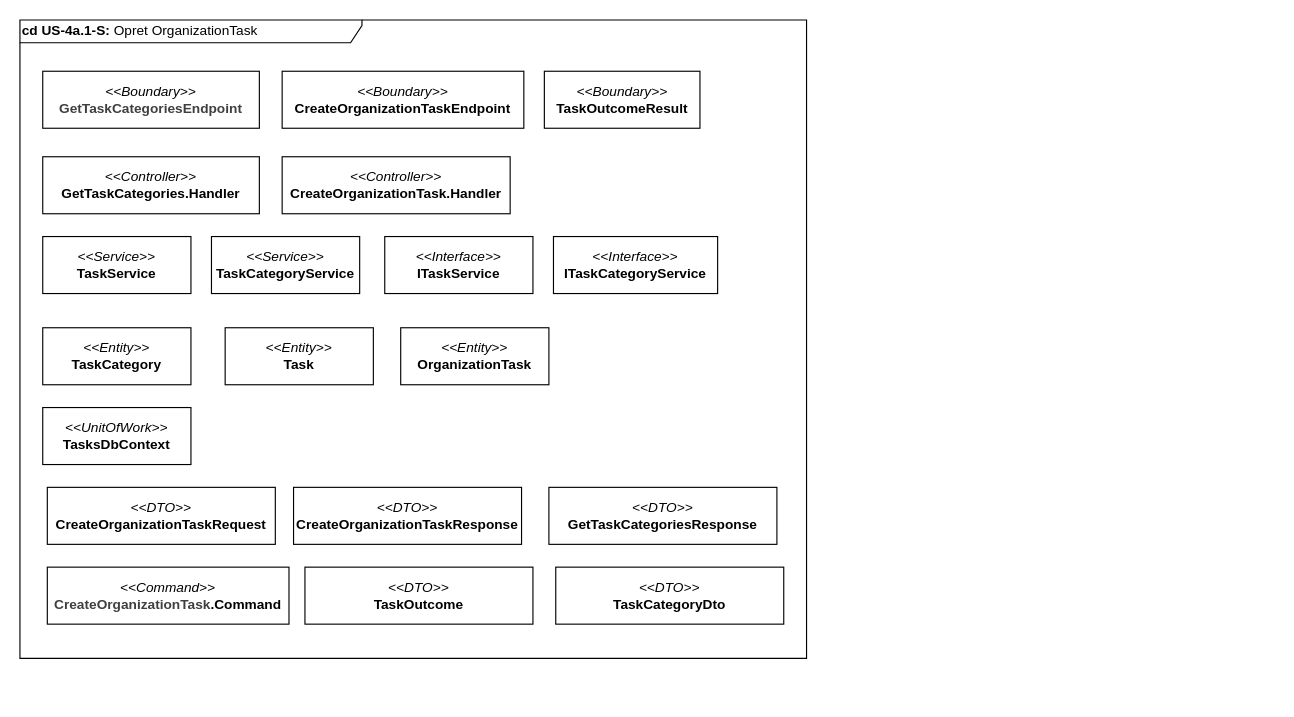
Earlier version of the draw.io diagram page "2 - klasser" (2 of 3) of drawio/Applikationsmodeller/US4a/BE/US4a_1_CreateOrgTask.drawio (Echo-AU/artifacts). Source tidied: cells renumbered, new cells numbered last; positions are measured from the earlier drawing's top-left corner, leaving out a move shared by most shapes. Both pictures are drawn from the tidied source at 114%, with x=0, y=0 at pixel (19, 19).
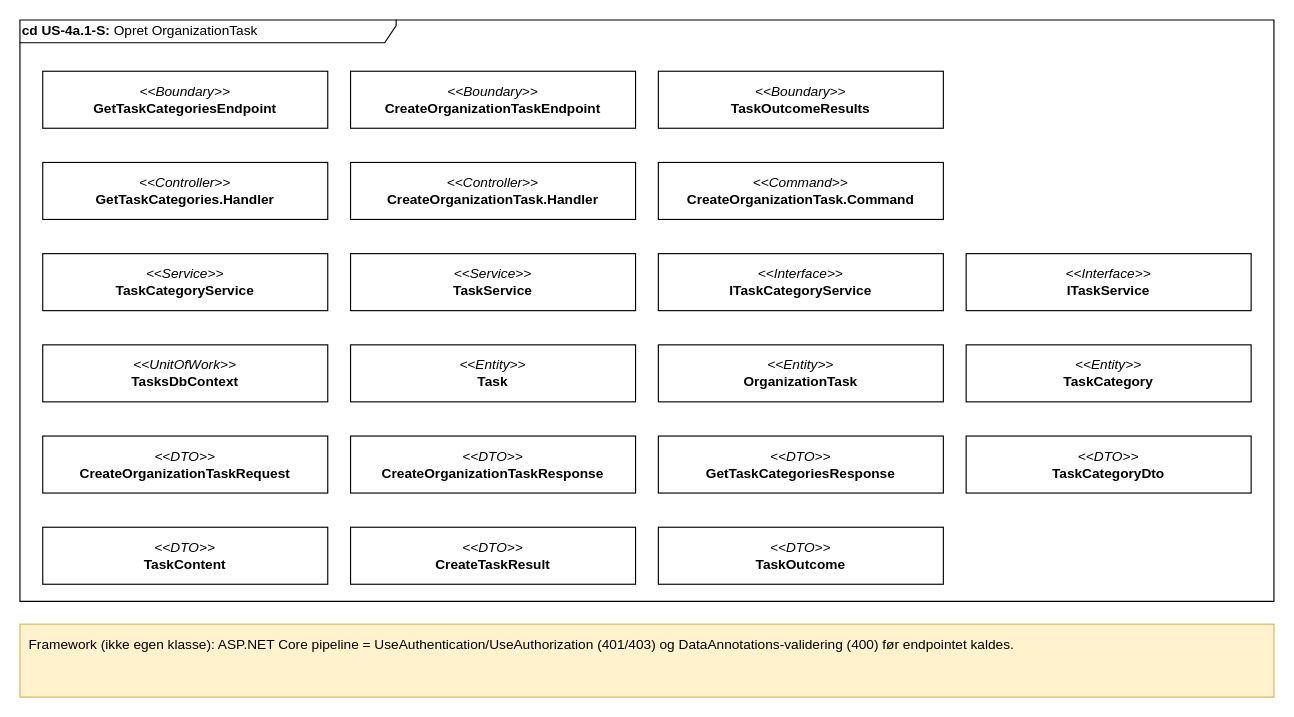
After the change.

The edit, as a diff of the source:
```diff
@@
-    <mxCell id="2" value="&lt;b&gt;cd US-4a.1-S: &lt;/b&gt;Opret OrganizationTask" style="shape=umlFrame;whiteSpace=wrap;html=1;width=300;height=20;align=left;" parent="1" vertex="1">
-      <mxGeometry width="690" height="560" as="geometry" />
+    <mxCell id="2" value="&lt;b&gt;cd US-4a.1-S: &lt;/b&gt;Opret OrganizationTask" style="shape=umlFrame;whiteSpace=wrap;html=1;width=330;height=20;align=left;" parent="1" vertex="1">
+      <mxGeometry width="1100" height="510" as="geometry" />
     </mxCell>
-    <mxCell id="3" value="&lt;span style=&quot;font-weight: normal;&quot;&gt;&lt;i&gt;&amp;lt;&amp;lt;Boundary&amp;gt;&amp;gt;&lt;/i&gt;&lt;/span&gt;&lt;div&gt;&lt;span style=&quot;color: rgb(63, 63, 63); scrollbar-color: rgba(121, 121, 121, 0.4) rgb(30, 30, 30);&quot;&gt;GetTaskCategoriesEndpoint&lt;/span&gt;&lt;/div&gt;" style="rounded=0;whiteSpace=wrap;html=1;fontStyle=1;" parent="1" vertex="1">
-      <mxGeometry x="20" y="45" width="190" height="50" as="geometry" />
+    <mxCell id="3" value="&lt;span style=&quot;font-weight: normal;&quot;&gt;&lt;i&gt;&amp;lt;&amp;lt;Boundary&amp;gt;&amp;gt;&lt;/i&gt;&lt;/span&gt;&lt;div&gt;GetTaskCategoriesEndpoint&lt;/div&gt;" style="rounded=0;whiteSpace=wrap;html=1;fontStyle=1;" parent="1" vertex="1">
+      <mxGeometry x="20" y="45" width="250" height="50" as="geometry" />
     </mxCell>
     <mxCell id="4" value="&lt;span style=&quot;font-weight: normal;&quot;&gt;&lt;i&gt;&amp;lt;&amp;lt;Boundary&amp;gt;&amp;gt;&lt;/i&gt;&lt;/span&gt;&lt;div&gt;CreateOrganizationTaskEndpoint&lt;/div&gt;" style="rounded=0;whiteSpace=wrap;html=1;fontStyle=1;" parent="1" vertex="1">
-      <mxGeometry x="230" y="45" width="212" height="50" as="geometry" />
+      <mxGeometry x="290" y="45" width="250" height="50" as="geometry" />
     </mxCell>
-    <mxCell id="5" value="&lt;span style=&quot;font-weight: normal;&quot;&gt;&lt;i&gt;&amp;lt;&amp;lt;Boundary&amp;gt;&amp;gt;&lt;/i&gt;&lt;/span&gt;&lt;div&gt;TaskOutcomeResult&lt;/div&gt;" style="rounded=0;whiteSpace=wrap;html=1;fontStyle=1;" parent="1" vertex="1">
-      <mxGeometry x="460" y="45" width="136.5" height="50" as="geometry" />
-    </mxCell>
+    <mxCell id="22" value="&lt;span style=&quot;font-weight: normal;&quot;&gt;&lt;i&gt;&amp;lt;&amp;lt;Boundary&amp;gt;&amp;gt;&lt;/i&gt;&lt;/span&gt;&lt;div&gt;TaskOutcomeResults&lt;/div&gt;" style="rounded=0;whiteSpace=wrap;html=1;fontStyle=1;" parent="1" vertex="1">
+      <mxGeometry x="560" y="45" width="250" height="50" as="geometry" />
+    </mxCell>
     <mxCell id="6" value="&lt;span style=&quot;font-weight: normal;&quot;&gt;&lt;i&gt;&amp;lt;&amp;lt;Controller&amp;gt;&amp;gt;&lt;/i&gt;&lt;/span&gt;&lt;div&gt;GetTaskCategories.Handler&lt;/div&gt;" style="rounded=0;whiteSpace=wrap;html=1;fontStyle=1;" parent="1" vertex="1">
-      <mxGeometry x="20" y="120" width="190" height="50" as="geometry" />
+      <mxGeometry x="20" y="125" width="250" height="50" as="geometry" />
     </mxCell>
-    <mxCell id="7" value="&lt;span style=&quot;font-weight: normal;&quot;&gt;&lt;i&gt;&amp;lt;&amp;lt;Command&amp;gt;&amp;gt;&lt;br&gt;&lt;/i&gt;&lt;/span&gt;&lt;div&gt;&lt;span style=&quot;color: rgb(63, 63, 63); background-color: transparent;&quot;&gt;CreateOrganizationTask&lt;/span&gt;.Command&lt;/div&gt;" style="rounded=0;whiteSpace=wrap;html=1;fontStyle=1;" parent="1" vertex="1">
-      <mxGeometry x="24" y="480" width="212" height="50" as="geometry" />
-    </mxCell>
-    <mxCell id="8" value="&lt;span style=&quot;font-weight: normal;&quot;&gt;&lt;i&gt;&amp;lt;&amp;lt;DTO&amp;gt;&amp;gt;&lt;/i&gt;&lt;/span&gt;&lt;div&gt;CreateOrganizationTaskRequest&lt;/div&gt;" style="rounded=0;whiteSpace=wrap;html=1;fontStyle=1;" parent="1" vertex="1">
-      <mxGeometry x="24" y="410" width="200" height="50" as="geometry" />
-    </mxCell>
+    <mxCell id="12" value="&lt;span style=&quot;font-weight: normal;&quot;&gt;&lt;i&gt;&amp;lt;&amp;lt;Controller&amp;gt;&amp;gt;&lt;/i&gt;&lt;/span&gt;&lt;div&gt;CreateOrganizationTask.Handler&lt;/div&gt;" style="rounded=0;whiteSpace=wrap;html=1;fontStyle=1;" parent="1" vertex="1">
+      <mxGeometry x="290" y="125" width="250" height="50" as="geometry" />
+    </mxCell>
+    <mxCell id="23" value="&lt;span style=&quot;font-weight: normal;&quot;&gt;&lt;i&gt;&amp;lt;&amp;lt;Command&amp;gt;&amp;gt;&lt;/i&gt;&lt;/span&gt;&lt;div&gt;CreateOrganizationTask.Command&lt;/div&gt;" style="rounded=0;whiteSpace=wrap;html=1;fontStyle=1;" parent="1" vertex="1">
+      <mxGeometry x="560" y="125" width="250" height="50" as="geometry" />
+    </mxCell>
+    <mxCell id="13" value="&lt;span style=&quot;font-weight: normal;&quot;&gt;&lt;i&gt;&amp;lt;&amp;lt;Service&amp;gt;&amp;gt;&lt;/i&gt;&lt;/span&gt;&lt;div&gt;TaskCategoryService&lt;/div&gt;" style="rounded=0;whiteSpace=wrap;html=1;fontStyle=1;" parent="1" vertex="1">
+      <mxGeometry x="20" y="205" width="250" height="50" as="geometry" />
+    </mxCell>
     <mxCell id="9" value="&lt;span style=&quot;font-weight: normal;&quot;&gt;&lt;i&gt;&amp;lt;&amp;lt;Service&amp;gt;&amp;gt;&lt;/i&gt;&lt;/span&gt;&lt;div&gt;TaskService&lt;/div&gt;" style="rounded=0;whiteSpace=wrap;html=1;fontStyle=1;" parent="1" vertex="1">
-      <mxGeometry x="20" y="190" width="130" height="50" as="geometry" />
+      <mxGeometry x="290" y="205" width="250" height="50" as="geometry" />
     </mxCell>
+    <mxCell id="15" value="&lt;span style=&quot;font-weight: normal;&quot;&gt;&lt;i&gt;&amp;lt;&amp;lt;Interface&amp;gt;&amp;gt;&lt;/i&gt;&lt;/span&gt;&lt;div&gt;ITaskCategoryService&lt;/div&gt;" style="rounded=0;whiteSpace=wrap;html=1;fontStyle=1;" parent="1" vertex="1">
+      <mxGeometry x="560" y="205" width="250" height="50" as="geometry" />
+    </mxCell>
+    <mxCell id="14" value="&lt;span style=&quot;font-weight: normal;&quot;&gt;&lt;i&gt;&amp;lt;&amp;lt;Interface&amp;gt;&amp;gt;&lt;/i&gt;&lt;/span&gt;&lt;div&gt;ITaskService&lt;/div&gt;" style="rounded=0;whiteSpace=wrap;html=1;fontStyle=1;" parent="1" vertex="1">
+      <mxGeometry x="830" y="205" width="250" height="50" as="geometry" />
+    </mxCell>
     <mxCell id="10" value="&lt;span style=&quot;font-weight: normal;&quot;&gt;&lt;i&gt;&amp;lt;&amp;lt;UnitOfWork&amp;gt;&amp;gt;&lt;/i&gt;&lt;/span&gt;&lt;div&gt;TasksDbContext&lt;/div&gt;" style="rounded=0;whiteSpace=wrap;html=1;fontStyle=1;" parent="1" vertex="1">
-      <mxGeometry x="20" y="340" width="130" height="50" as="geometry" />
+      <mxGeometry x="20" y="285" width="250" height="50" as="geometry" />
     </mxCell>
-    <mxCell id="11" value="&lt;span style=&quot;font-weight: normal;&quot;&gt;&lt;i&gt;&amp;lt;&amp;lt;Entity&amp;gt;&amp;gt;&lt;/i&gt;&lt;/span&gt;&lt;div&gt;TaskCategory&lt;/div&gt;" style="rounded=0;whiteSpace=wrap;html=1;fontStyle=1;" parent="1" vertex="1">
-      <mxGeometry x="20" y="270" width="130" height="50" as="geometry" />
-    </mxCell>
-    <mxCell id="12" value="&lt;span style=&quot;font-weight: normal;&quot;&gt;&lt;i&gt;&amp;lt;&amp;lt;Controller&amp;gt;&amp;gt;&lt;/i&gt;&lt;/span&gt;&lt;div&gt;CreateOrganizationTask.Handler&lt;/div&gt;" style="rounded=0;whiteSpace=wrap;html=1;fontStyle=1;" parent="1" vertex="1">
-      <mxGeometry x="230" y="120" width="200" height="50" as="geometry" />
-    </mxCell>
-    <mxCell id="13" value="&lt;span style=&quot;font-weight: normal;&quot;&gt;&lt;i&gt;&amp;lt;&amp;lt;Service&amp;gt;&amp;gt;&lt;/i&gt;&lt;/span&gt;&lt;div&gt;TaskCategoryService&lt;/div&gt;" style="rounded=0;whiteSpace=wrap;html=1;fontStyle=1;" parent="1" vertex="1">
-      <mxGeometry x="168" y="190" width="130" height="50" as="geometry" />
-    </mxCell>
-    <mxCell id="14" value="&lt;span style=&quot;font-weight: normal;&quot;&gt;&lt;i&gt;&amp;lt;&amp;lt;Interface&amp;gt;&amp;gt;&lt;/i&gt;&lt;/span&gt;&lt;div&gt;ITaskService&lt;/div&gt;" style="rounded=0;whiteSpace=wrap;html=1;fontStyle=1;" parent="1" vertex="1">
-      <mxGeometry x="320" y="190" width="130" height="50" as="geometry" />
-    </mxCell>
-    <mxCell id="15" value="&lt;span style=&quot;font-weight: normal;&quot;&gt;&lt;i&gt;&amp;lt;&amp;lt;Interface&amp;gt;&amp;gt;&lt;/i&gt;&lt;/span&gt;&lt;div&gt;ITaskCategoryService&lt;/div&gt;" style="rounded=0;whiteSpace=wrap;html=1;fontStyle=1;" parent="1" vertex="1">
-      <mxGeometry x="468" y="190" width="144" height="50" as="geometry" />
-    </mxCell>
     <mxCell id="16" value="&lt;span style=&quot;font-weight: normal;&quot;&gt;&lt;i&gt;&amp;lt;&amp;lt;Entity&amp;gt;&amp;gt;&lt;/i&gt;&lt;/span&gt;&lt;div&gt;Task&lt;/div&gt;" style="rounded=0;whiteSpace=wrap;html=1;fontStyle=1;" parent="1" vertex="1">
-      <mxGeometry x="180" y="270" width="130" height="50" as="geometry" />
+      <mxGeometry x="290" y="285" width="250" height="50" as="geometry" />
     </mxCell>
     <mxCell id="17" value="&lt;span style=&quot;font-weight: normal;&quot;&gt;&lt;i&gt;&amp;lt;&amp;lt;Entity&amp;gt;&amp;gt;&lt;/i&gt;&lt;/span&gt;&lt;div&gt;OrganizationTask&lt;/div&gt;" style="rounded=0;whiteSpace=wrap;html=1;fontStyle=1;" parent="1" vertex="1">
-      <mxGeometry x="334" y="270" width="130" height="50" as="geometry" />
+      <mxGeometry x="560" y="285" width="250" height="50" as="geometry" />
     </mxCell>
+    <mxCell id="11" value="&lt;span style=&quot;font-weight: normal;&quot;&gt;&lt;i&gt;&amp;lt;&amp;lt;Entity&amp;gt;&amp;gt;&lt;/i&gt;&lt;/span&gt;&lt;div&gt;TaskCategory&lt;/div&gt;" style="rounded=0;whiteSpace=wrap;html=1;fontStyle=1;" parent="1" vertex="1">
+      <mxGeometry x="830" y="285" width="250" height="50" as="geometry" />
+    </mxCell>
+    <mxCell id="8" value="&lt;span style=&quot;font-weight: normal;&quot;&gt;&lt;i&gt;&amp;lt;&amp;lt;DTO&amp;gt;&amp;gt;&lt;/i&gt;&lt;/span&gt;&lt;div&gt;CreateOrganizationTaskRequest&lt;/div&gt;" style="rounded=0;whiteSpace=wrap;html=1;fontStyle=1;" parent="1" vertex="1">
+      <mxGeometry x="20" y="365" width="250" height="50" as="geometry" />
+    </mxCell>
     <mxCell id="18" value="&lt;span style=&quot;font-weight: normal;&quot;&gt;&lt;i&gt;&amp;lt;&amp;lt;DTO&amp;gt;&amp;gt;&lt;/i&gt;&lt;/span&gt;&lt;div&gt;CreateOrganizationTaskResponse&lt;/div&gt;" style="rounded=0;whiteSpace=wrap;html=1;fontStyle=1;" parent="1" vertex="1">
-      <mxGeometry x="240" y="410" width="200" height="50" as="geometry" />
+      <mxGeometry x="290" y="365" width="250" height="50" as="geometry" />
     </mxCell>
     <mxCell id="19" value="&lt;span style=&quot;font-weight: normal;&quot;&gt;&lt;i&gt;&amp;lt;&amp;lt;DTO&amp;gt;&amp;gt;&lt;/i&gt;&lt;/span&gt;&lt;div&gt;GetTaskCategoriesResponse&lt;/div&gt;" style="rounded=0;whiteSpace=wrap;html=1;fontStyle=1;" parent="1" vertex="1">
-      <mxGeometry x="464" y="410" width="200" height="50" as="geometry" />
+      <mxGeometry x="560" y="365" width="250" height="50" as="geometry" />
     </mxCell>
+    <mxCell id="21" value="&lt;span style=&quot;font-weight: normal;&quot;&gt;&lt;i&gt;&amp;lt;&amp;lt;DTO&amp;gt;&amp;gt;&lt;/i&gt;&lt;/span&gt;&lt;div&gt;TaskCategoryDto&lt;/div&gt;" style="rounded=0;whiteSpace=wrap;html=1;fontStyle=1;" parent="1" vertex="1">
+      <mxGeometry x="830" y="365" width="250" height="50" as="geometry" />
+    </mxCell>
+    <mxCell id="24" value="&lt;span style=&quot;font-weight: normal;&quot;&gt;&lt;i&gt;&amp;lt;&amp;lt;DTO&amp;gt;&amp;gt;&lt;/i&gt;&lt;/span&gt;&lt;div&gt;TaskContent&lt;/div&gt;" style="rounded=0;whiteSpace=wrap;html=1;fontStyle=1;" parent="1" vertex="1">
+      <mxGeometry x="20" y="445" width="250" height="50" as="geometry" />
+    </mxCell>
+    <mxCell id="25" value="&lt;span style=&quot;font-weight: normal;&quot;&gt;&lt;i&gt;&amp;lt;&amp;lt;DTO&amp;gt;&amp;gt;&lt;/i&gt;&lt;/span&gt;&lt;div&gt;CreateTaskResult&lt;/div&gt;" style="rounded=0;whiteSpace=wrap;html=1;fontStyle=1;" parent="1" vertex="1">
+      <mxGeometry x="290" y="445" width="250" height="50" as="geometry" />
+    </mxCell>
     <mxCell id="20" value="&lt;span style=&quot;font-weight: normal;&quot;&gt;&lt;i&gt;&amp;lt;&amp;lt;DTO&amp;gt;&amp;gt;&lt;/i&gt;&lt;/span&gt;&lt;div&gt;TaskOutcome&lt;/div&gt;" style="rounded=0;whiteSpace=wrap;html=1;fontStyle=1;" parent="1" vertex="1">
-      <mxGeometry x="250" y="480" width="200" height="50" as="geometry" />
+      <mxGeometry x="560" y="445" width="250" height="50" as="geometry" />
     </mxCell>
-    <mxCell id="21" value="&lt;span style=&quot;font-weight: normal;&quot;&gt;&lt;i&gt;&amp;lt;&amp;lt;DTO&amp;gt;&amp;gt;&lt;/i&gt;&lt;/span&gt;&lt;div&gt;TaskCategoryDto&lt;/div&gt;" style="rounded=0;whiteSpace=wrap;html=1;fontStyle=1;" parent="1" vertex="1">
-      <mxGeometry x="470" y="480" width="200" height="50" as="geometry" />
-    </mxCell>
+    <mxCell id="26" value="Framework (ikke egen klasse): ASP.NET Core pipeline = UseAuthentication/UseAuthorization (401/403) og DataAnnotations-validering (400) før endpointet kaldes." style="rounded=0;whiteSpace=wrap;html=1;fillColor=#fff2cc;strokeColor=#d6b656;align=left;verticalAlign=top;spacingLeft=6;spacingTop=4;" parent="1" vertex="1">
+      <mxGeometry y="530" width="1100" height="64" as="geometry" />
+    </mxCell>
```
